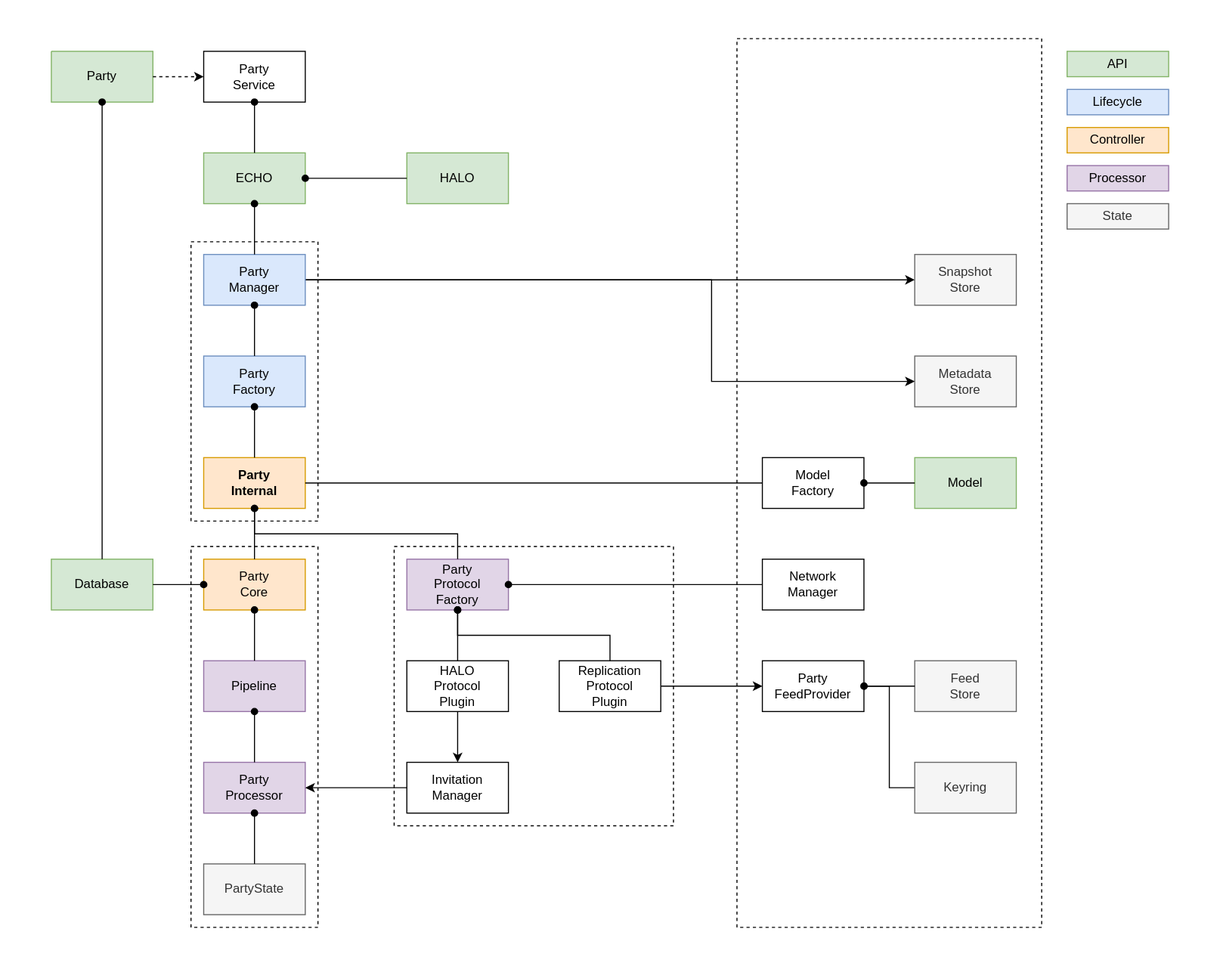
Before: docs/design/diagrams/echo-db.drawio.svg, a diagram exported from draw.io (dxos/dxos). Source tidied: cells renumbered, new cells last; positions are measured from the earlier drawing's top-left corner, leaving out a move shared by most shapes.
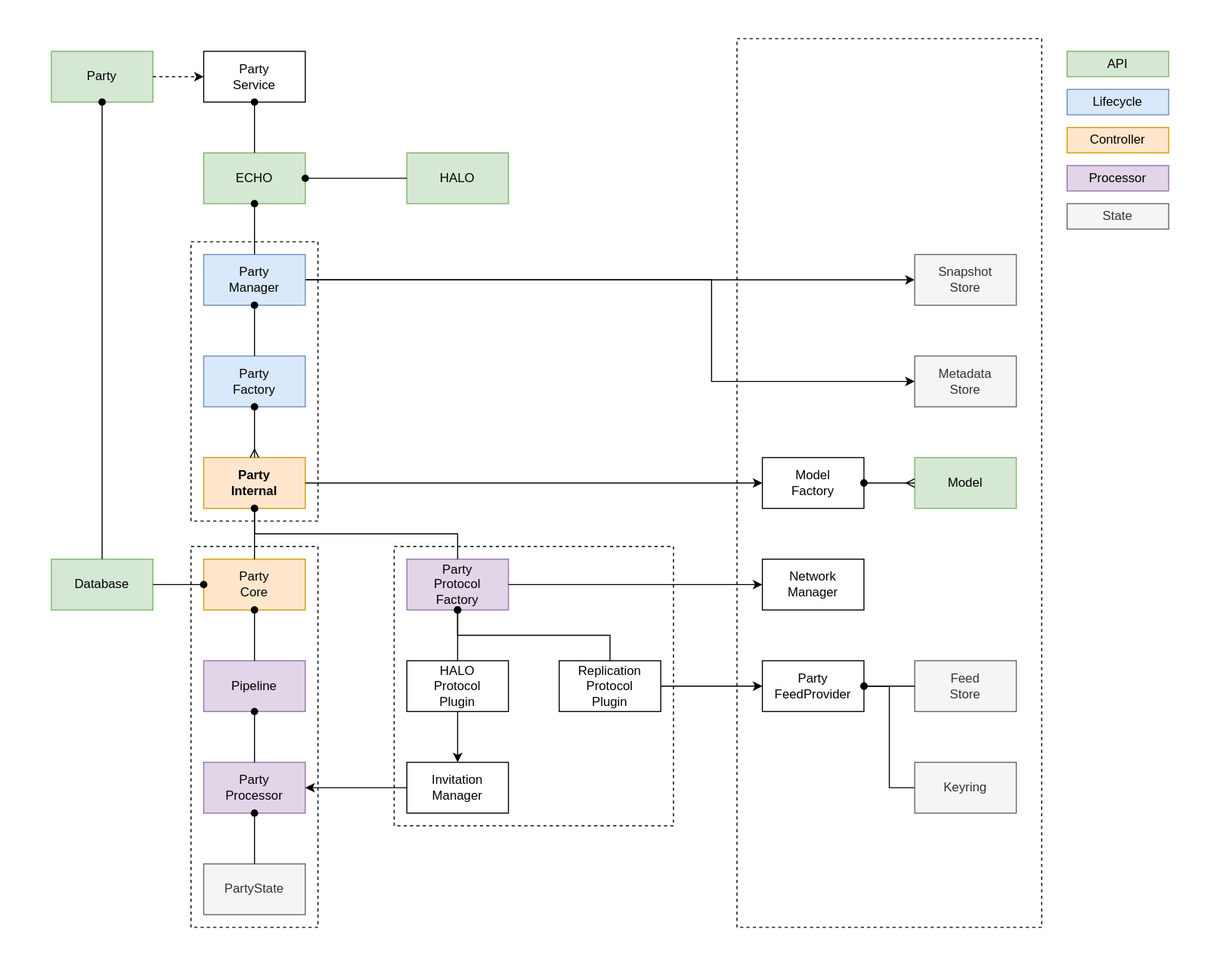
The same diagram one commit later.

The edit, as a diff of the source:
```diff
@@ -109,10 +109,10 @@
     <mxCell id="35" value="Model" style="rounded=0;whiteSpace=wrap;html=1;fillColor=#d5e8d4;strokeColor=#82b366;" parent="1" vertex="1">
       <mxGeometry x="864" y="432" width="96" height="48" as="geometry" />
     </mxCell>
-    <mxCell id="36" style="edgeStyle=orthogonalEdgeStyle;rounded=0;jettySize=auto;html=1;exitX=1;exitY=0.5;exitDx=0;exitDy=0;startArrow=oval;startFill=1;endArrow=none;endFill=0;" parent="1" edge="1" source="28" target="35">
+    <mxCell id="36" style="edgeStyle=orthogonalEdgeStyle;rounded=0;jettySize=auto;html=1;exitX=1;exitY=0.5;exitDx=0;exitDy=0;startArrow=oval;startFill=1;endArrow=ERmany;endFill=0;" parent="1" edge="1" source="28" target="35">
       <mxGeometry relative="1" as="geometry" />
     </mxCell>
-    <mxCell id="37" style="edgeStyle=orthogonalEdgeStyle;rounded=0;jettySize=auto;html=1;startArrow=oval;startFill=1;endArrow=none;endFill=0;" parent="1" edge="1" source="14" target="15">
+    <mxCell id="37" style="edgeStyle=orthogonalEdgeStyle;rounded=0;jettySize=auto;html=1;startArrow=oval;startFill=1;endArrow=ERmany;endFill=0;" parent="1" edge="1" source="14" target="15">
       <mxGeometry relative="1" as="geometry" />
     </mxCell>
     <mxCell id="38" style="edgeStyle=orthogonalEdgeStyle;rounded=0;jettySize=auto;html=1;exitX=1;exitY=0.5;exitDx=0;exitDy=0;startArrow=none;startFill=0;endArrow=classic;endFill=1;" parent="1" edge="1" source="40" target="8">
@@ -144,7 +144,7 @@
     <mxCell id="45" style="edgeStyle=orthogonalEdgeStyle;rounded=0;jettySize=auto;html=1;exitX=0.5;exitY=1;exitDx=0;exitDy=0;startArrow=oval;startFill=1;endArrow=none;endFill=0;" parent="1" edge="1" source="13" target="7">
       <mxGeometry relative="1" as="geometry" />
     </mxCell>
-    <mxCell id="46" style="edgeStyle=orthogonalEdgeStyle;rounded=0;jettySize=auto;html=1;exitX=1;exitY=0.5;exitDx=0;exitDy=0;startArrow=oval;startFill=1;endArrow=none;endFill=0;" parent="1" edge="1" source="20" target="21">
+    <mxCell id="46" style="edgeStyle=orthogonalEdgeStyle;rounded=0;jettySize=auto;html=1;exitX=1;exitY=0.5;exitDx=0;exitDy=0;startArrow=none;startFill=0;endArrow=classic;endFill=1;" parent="1" edge="1" source="20" target="21">
       <mxGeometry relative="1" as="geometry" />
     </mxCell>
     <mxCell id="47" value="Controller" style="rounded=0;whiteSpace=wrap;html=1;fillColor=#ffe6cc;strokeColor=#d79b00;" parent="1" vertex="1">
@@ -189,7 +189,7 @@
         </Array>
       </mxGeometry>
     </mxCell>
-    <mxCell id="59" style="edgeStyle=none;html=1;entryX=0;entryY=0.5;entryDx=0;entryDy=0;endArrow=none;endFill=0;startArrow=none;startFill=0;" parent="1" edge="1" source="15" target="28">
+    <mxCell id="59" style="edgeStyle=none;html=1;entryX=0;entryY=0.5;entryDx=0;entryDy=0;endArrow=classic;endFill=1;startArrow=none;startFill=0;" parent="1" edge="1" source="15" target="28">
       <mxGeometry relative="1" as="geometry" />
     </mxCell>
     <mxCell id="60" style="rounded=0;whiteSpace=wrap;html=1;strokeColor=none;" parent="1" vertex="1">
```
